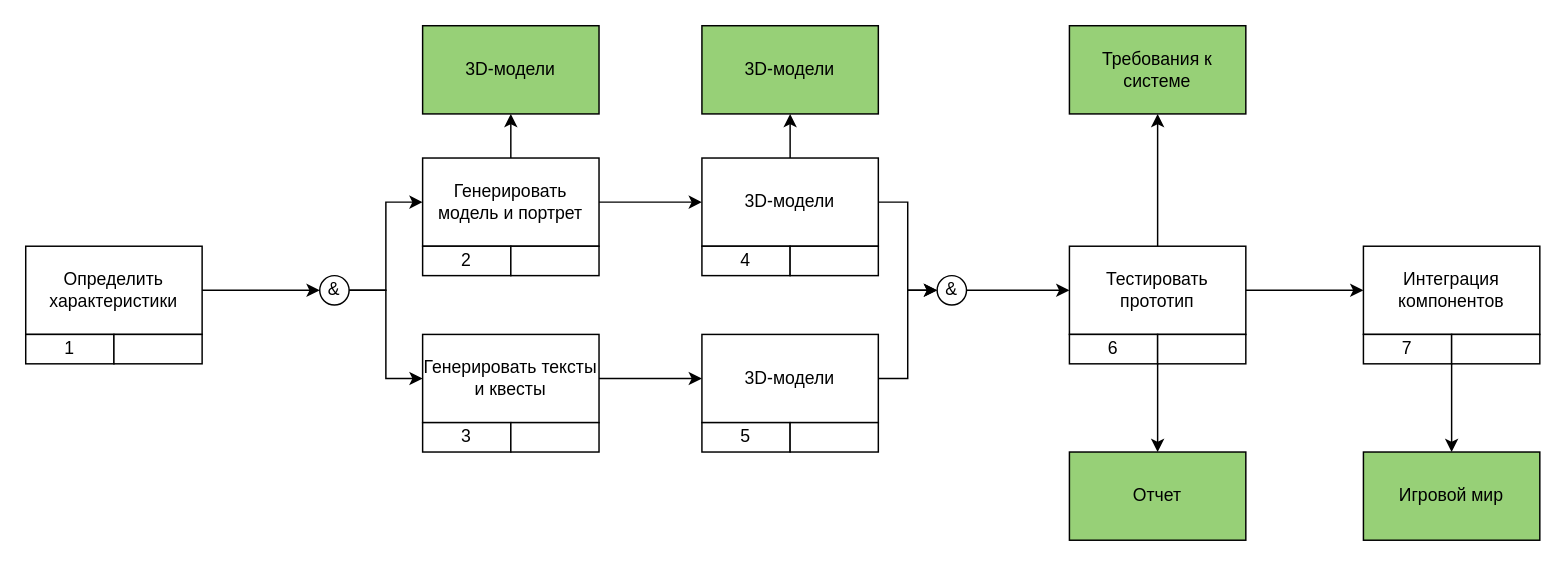
Earlier version of the draw.io diagram IDEF3.drawio (Slavik993/Diplom_Shebanov_2026). Source tidied: cells renumbered, new cells numbered last; positions are measured from the earlier drawing's top-left corner, leaving out a move shared by most shapes. Both pictures are drawn from the tidied source at 147%, with x=0, y=0 at pixel (25, 25).
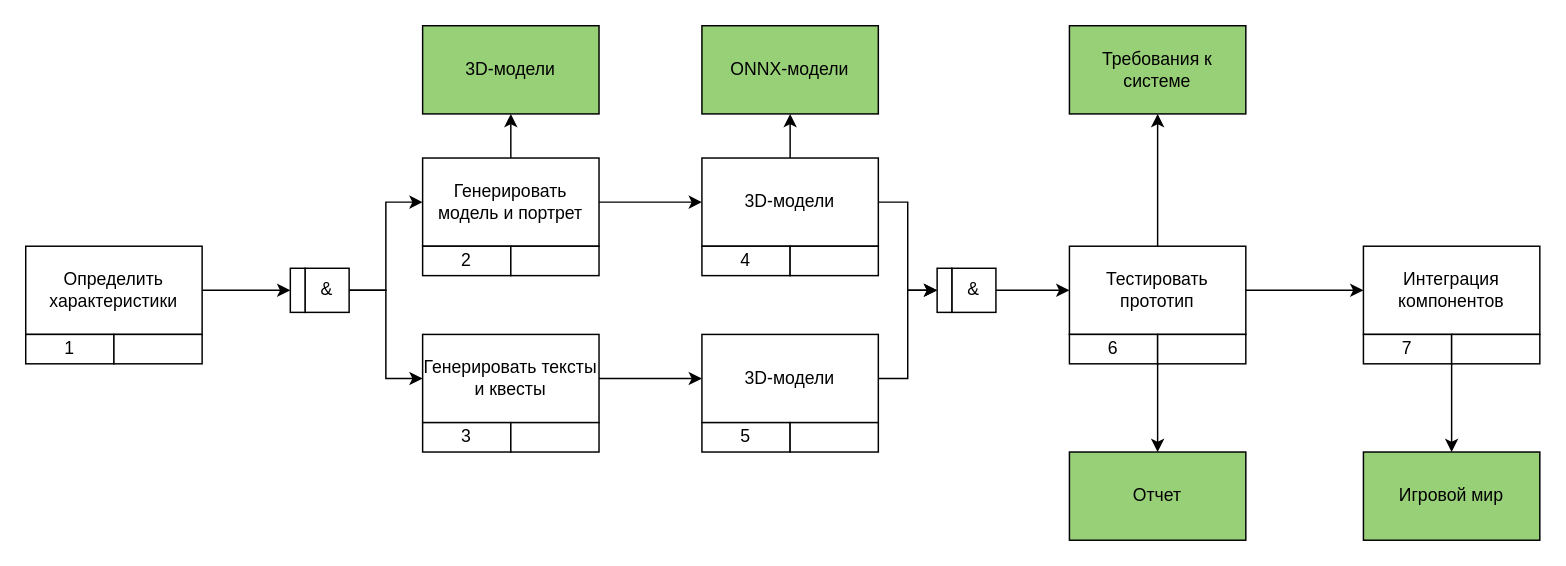
The same page after the edit.

Commit message (it also covers changes not shown here):
Исправление IDEF3

Unchanged cells that the change refers to:
```xml
<mxCell id="9" value="Генерировать модель и портрет" style="rounded=0;whiteSpace=wrap;html=1;" parent="1" vertex="1">
  <mxGeometry x="270" y="90" width="120" height="60" as="geometry" />
</mxCell>
<mxCell id="11" value="Генерировать тексты и квесты" style="rounded=0;whiteSpace=wrap;html=1;" parent="1" vertex="1">
  <mxGeometry x="270" y="210" width="120" height="60" as="geometry" />
</mxCell>
<mxCell id="15" value="3D-модели" style="rounded=0;whiteSpace=wrap;html=1;" parent="1" vertex="1">
  <mxGeometry x="460" y="90" width="120" height="60" as="geometry" />
</mxCell>
<mxCell id="17" value="3D-модели" style="rounded=0;whiteSpace=wrap;html=1;" parent="1" vertex="1">
  <mxGeometry x="460" y="210" width="120" height="60" as="geometry" />
</mxCell>
<mxCell id="24" value="Тестировать прототип" style="rounded=0;whiteSpace=wrap;html=1;" parent="1" vertex="1">
  <mxGeometry x="710" y="150" width="120" height="60" as="geometry" />
</mxCell>
```

Change to the diagram source:
```diff
@@
-    <mxCell id="2" style="edgeStyle=orthogonalEdgeStyle;rounded=0;jettySize=auto;html=1;exitX=1;exitY=0.5;exitDx=0;exitDy=0;entryX=0;entryY=0.5;entryDx=0;entryDy=0;" parent="1" edge="1" source="4" target="11">
-      <mxGeometry relative="1" as="geometry" />
-    </mxCell>
-    <mxCell id="3" style="edgeStyle=orthogonalEdgeStyle;rounded=0;jettySize=auto;html=1;exitX=1;exitY=0.5;exitDx=0;exitDy=0;entryX=0;entryY=0.5;entryDx=0;entryDy=0;" parent="1" edge="1" source="4" target="9">
-      <mxGeometry relative="1" as="geometry" />
-    </mxCell>
-    <mxCell id="4" value="&amp;amp;" style="ellipse;whiteSpace=wrap;html=1;" parent="1" vertex="1">
-      <mxGeometry x="200" y="170" width="20" height="20" as="geometry" />
-    </mxCell>
@@
-    <mxCell id="6" style="endArrow=classic;html=1;rounded=0;entryX=0;entryY=0.5;entryDx=0;entryDy=0;" parent="1" edge="1" target="4">
+    <mxCell id="6" style="endArrow=classic;html=1;rounded=0;" parent="1" edge="1">
       <mxGeometry relative="1" as="geometry">
         <mxPoint x="120" y="180" as="sourcePoint" />
+        <mxPoint x="180" y="180" as="targetPoint" />
       </mxGeometry>
     </mxCell>
@@
-    <mxCell id="13" style="edgeStyle=orthogonalEdgeStyle;rounded=0;jettySize=auto;html=1;exitX=1;exitY=0.5;exitDx=0;exitDy=0;entryX=0;entryY=0.5;entryDx=0;entryDy=0;" parent="1" edge="1" source="15" target="20">
-      <mxGeometry relative="1" as="geometry" />
-    </mxCell>
@@
+    <mxCell id="44" style="edgeStyle=orthogonalEdgeStyle;rounded=0;jettySize=auto;html=1;exitX=1;exitY=0.5;exitDx=0;exitDy=0;entryX=0;entryY=0.5;entryDx=0;entryDy=0;" parent="1" edge="1" source="15" target="52">
+      <mxGeometry relative="1" as="geometry" />
+    </mxCell>
@@
-    <mxCell id="16" style="edgeStyle=orthogonalEdgeStyle;rounded=0;jettySize=auto;html=1;exitX=1;exitY=0.5;exitDx=0;exitDy=0;entryX=0;entryY=0.5;entryDx=0;entryDy=0;" parent="1" edge="1" source="17" target="20">
-      <mxGeometry relative="1" as="geometry" />
-    </mxCell>
+    <mxCell id="45" style="edgeStyle=orthogonalEdgeStyle;rounded=0;jettySize=auto;html=1;exitX=1;exitY=0.5;exitDx=0;exitDy=0;entryX=0;entryY=0.5;entryDx=0;entryDy=0;" parent="1" edge="1" source="17" target="52">
+      <mxGeometry relative="1" as="geometry" />
+    </mxCell>
@@
-    <mxCell id="18" value="3D-модели" style="rounded=0;whiteSpace=wrap;html=1;fillColor=#97D077;" parent="1" vertex="1">
+    <mxCell id="18" value="ONNX-модели" style="rounded=0;whiteSpace=wrap;html=1;fillColor=#97D077;" parent="1" vertex="1">
       <mxGeometry x="460" width="120" height="60" as="geometry" />
     </mxCell>
-    <mxCell id="19" style="edgeStyle=orthogonalEdgeStyle;rounded=0;jettySize=auto;html=1;exitX=1;exitY=0.5;exitDx=0;exitDy=0;entryX=0;entryY=0.5;entryDx=0;entryDy=0;" parent="1" edge="1" source="20" target="24">
-      <mxGeometry relative="1" as="geometry" />
-    </mxCell>
-    <mxCell id="20" value="&amp;amp;" style="ellipse;whiteSpace=wrap;html=1;" parent="1" vertex="1">
-      <mxGeometry x="620" y="170" width="20" height="20" as="geometry" />
-    </mxCell>
@@
+    <mxCell id="46" style="edgeStyle=orthogonalEdgeStyle;rounded=0;jettySize=auto;html=1;exitX=1;exitY=0.5;exitDx=0;exitDy=0;entryX=0;entryY=0.5;entryDx=0;entryDy=0;" parent="1" edge="1" source="48" target="9">
+      <mxGeometry relative="1" as="geometry" />
+    </mxCell>
+    <mxCell id="47" style="edgeStyle=orthogonalEdgeStyle;rounded=0;jettySize=auto;html=1;exitX=1;exitY=0.5;exitDx=0;exitDy=0;entryX=0;entryY=0.5;entryDx=0;entryDy=0;" parent="1" edge="1" source="48" target="11">
+      <mxGeometry relative="1" as="geometry" />
+    </mxCell>
+    <mxCell id="48" value="&amp;amp;" style="whiteSpace=wrap;html=1;" parent="1" vertex="1">
+      <mxGeometry x="190" y="165" width="30" height="30" as="geometry" />
+    </mxCell>
+    <mxCell id="49" style="rounded=0;whiteSpace=wrap;html=1;" parent="1" vertex="1">
+      <mxGeometry x="180" y="165" width="10" height="30" as="geometry" />
+    </mxCell>
+    <mxCell id="50" style="edgeStyle=orthogonalEdgeStyle;rounded=0;jettySize=auto;html=1;exitX=1;exitY=0.5;exitDx=0;exitDy=0;entryX=0;entryY=0.5;entryDx=0;entryDy=0;" parent="1" edge="1" source="51" target="24">
+      <mxGeometry relative="1" as="geometry" />
+    </mxCell>
+    <mxCell id="51" value="&amp;amp;" style="whiteSpace=wrap;html=1;" parent="1" vertex="1">
+      <mxGeometry x="630" y="165" width="30" height="30" as="geometry" />
+    </mxCell>
+    <mxCell id="52" style="rounded=0;whiteSpace=wrap;html=1;" parent="1" vertex="1">
+      <mxGeometry x="620" y="165" width="10" height="30" as="geometry" />
+    </mxCell>
```
